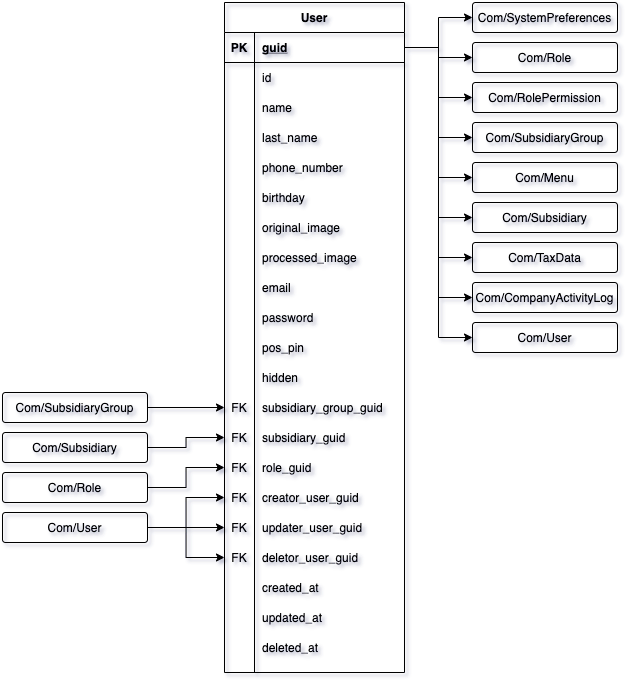
This is basedata/entities/images/ComUserTable.png from 4uRest/documentation, a draw.io export, as it was before one commit. Source tidied: cells renumbered, new cells last; positions are measured from the earlier drawing's top-left corner, leaving out a move shared by most shapes.
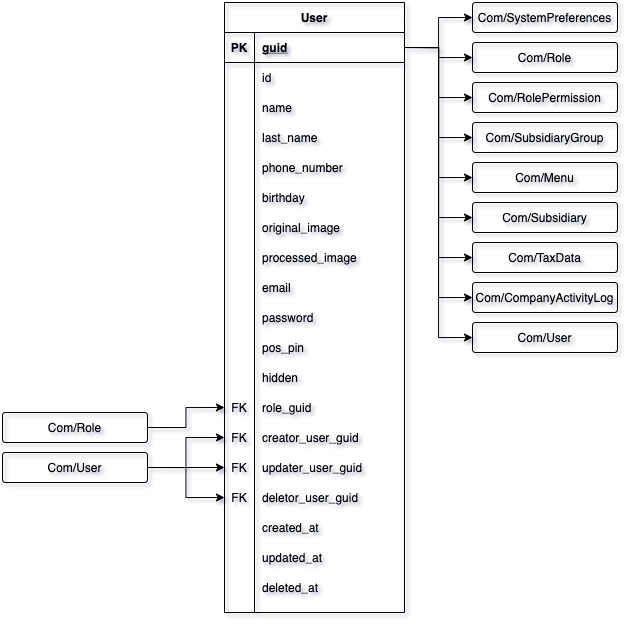
Later version of the same file.

What changed in the source:
```diff
@@ -3,7 +3,7 @@
     <mxCell id="0" />
     <mxCell id="1" parent="0" />
     <mxCell id="2" value="User" style="shape=table;startSize=30;rowLines=0;fontStyle=1;align=center;fillColor=none;" parent="1" vertex="1">
-      <mxGeometry x="222" width="180" height="670" as="geometry" />
+      <mxGeometry x="222" width="180" height="610" as="geometry" />
     </mxCell>
     <mxCell id="3" style="shape=partialRectangle;fillColor=none;top=0;left=0;bottom=1;right=0;points=[[0,0.5],[1,0.5]];portConstraint=eastwest;" parent="2" vertex="1">
       <mxGeometry y="30" width="180" height="30" as="geometry" />
@@ -119,7 +119,7 @@
     <mxCell id="40" value="FK" style="shape=partialRectangle;fillColor=none;top=0;left=0;bottom=0;right=0;overflow=hidden;" parent="39" vertex="1">
       <mxGeometry width="30" height="30" as="geometry" />
     </mxCell>
-    <mxCell id="41" value="subsidiary_group_guid" style="shape=partialRectangle;fillColor=none;top=0;left=0;bottom=0;right=0;align=left;spacingLeft=6;overflow=hidden;" parent="39" vertex="1">
+    <mxCell id="41" value="role_guid" style="shape=partialRectangle;fillColor=none;top=0;left=0;bottom=0;right=0;align=left;spacingLeft=6;overflow=hidden;" parent="39" vertex="1">
       <mxGeometry x="30" width="150" height="30" as="geometry" />
     </mxCell>
     <mxCell id="42" style="shape=partialRectangle;top=0;left=0;bottom=0;right=0;points=[[0,0.5],[1,0.5]];portConstraint=eastwest;fillColor=none;" parent="2" vertex="1">
@@ -128,7 +128,7 @@
     <mxCell id="43" value="FK" style="shape=partialRectangle;fillColor=none;top=0;left=0;bottom=0;right=0;overflow=hidden;" parent="42" vertex="1">
       <mxGeometry width="30" height="30" as="geometry" />
     </mxCell>
-    <mxCell id="44" value="subsidiary_guid" style="shape=partialRectangle;fillColor=none;top=0;left=0;bottom=0;right=0;align=left;spacingLeft=6;overflow=hidden;" parent="42" vertex="1">
+    <mxCell id="44" value="creator_user_guid" style="shape=partialRectangle;fillColor=none;top=0;left=0;bottom=0;right=0;align=left;spacingLeft=6;overflow=hidden;" parent="42" vertex="1">
       <mxGeometry x="30" width="150" height="30" as="geometry" />
     </mxCell>
     <mxCell id="45" style="shape=partialRectangle;top=0;left=0;bottom=0;right=0;points=[[0,0.5],[1,0.5]];portConstraint=eastwest;fillColor=none;" parent="2" vertex="1">
@@ -137,7 +137,7 @@
     <mxCell id="46" value="FK" style="shape=partialRectangle;fillColor=none;top=0;left=0;bottom=0;right=0;overflow=hidden;" parent="45" vertex="1">
       <mxGeometry width="30" height="30" as="geometry" />
     </mxCell>
-    <mxCell id="47" value="role_guid" style="shape=partialRectangle;fillColor=none;top=0;left=0;bottom=0;right=0;align=left;spacingLeft=6;overflow=hidden;" parent="45" vertex="1">
+    <mxCell id="47" value="updater_user_guid" style="shape=partialRectangle;fillColor=none;top=0;left=0;bottom=0;right=0;align=left;spacingLeft=6;overflow=hidden;" parent="45" vertex="1">
       <mxGeometry x="30" width="150" height="30" as="geometry" />
     </mxCell>
     <mxCell id="48" style="shape=partialRectangle;top=0;left=0;bottom=0;right=0;points=[[0,0.5],[1,0.5]];portConstraint=eastwest;fillColor=none;" parent="2" vertex="1">
@@ -146,25 +146,25 @@
     <mxCell id="49" value="FK" style="shape=partialRectangle;fillColor=none;top=0;left=0;bottom=0;right=0;overflow=hidden;" parent="48" vertex="1">
       <mxGeometry width="30" height="30" as="geometry" />
     </mxCell>
-    <mxCell id="50" value="creator_user_guid" style="shape=partialRectangle;fillColor=none;top=0;left=0;bottom=0;right=0;align=left;spacingLeft=6;overflow=hidden;" parent="48" vertex="1">
+    <mxCell id="50" value="deletor_user_guid" style="shape=partialRectangle;fillColor=none;top=0;left=0;bottom=0;right=0;align=left;spacingLeft=6;overflow=hidden;" parent="48" vertex="1">
       <mxGeometry x="30" width="150" height="30" as="geometry" />
     </mxCell>
-    <mxCell id="51" style="shape=partialRectangle;top=0;left=0;bottom=0;right=0;points=[[0,0.5],[1,0.5]];portConstraint=eastwest;fillColor=none;" parent="2" vertex="1">
+    <mxCell id="51" style="shape=partialRectangle;fillColor=none;top=0;left=0;bottom=0;right=0;points=[[0,0.5],[1,0.5]];portConstraint=eastwest;" parent="2" vertex="1">
       <mxGeometry y="510" width="180" height="30" as="geometry" />
     </mxCell>
-    <mxCell id="52" value="FK" style="shape=partialRectangle;fillColor=none;top=0;left=0;bottom=0;right=0;overflow=hidden;" parent="51" vertex="1">
+    <mxCell id="52" style="shape=partialRectangle;fillColor=none;top=0;left=0;bottom=0;right=0;overflow=hidden;" parent="51" vertex="1">
       <mxGeometry width="30" height="30" as="geometry" />
     </mxCell>
-    <mxCell id="53" value="updater_user_guid" style="shape=partialRectangle;fillColor=none;top=0;left=0;bottom=0;right=0;align=left;spacingLeft=6;overflow=hidden;" parent="51" vertex="1">
+    <mxCell id="53" value="created_at" style="shape=partialRectangle;fillColor=none;top=0;left=0;bottom=0;right=0;align=left;spacingLeft=6;overflow=hidden;" parent="51" vertex="1">
       <mxGeometry x="30" width="150" height="30" as="geometry" />
     </mxCell>
-    <mxCell id="54" style="shape=partialRectangle;top=0;left=0;bottom=0;right=0;points=[[0,0.5],[1,0.5]];portConstraint=eastwest;fillColor=none;" parent="2" vertex="1">
+    <mxCell id="54" style="shape=partialRectangle;fillColor=none;top=0;left=0;bottom=0;right=0;points=[[0,0.5],[1,0.5]];portConstraint=eastwest;" parent="2" vertex="1">
       <mxGeometry y="540" width="180" height="30" as="geometry" />
     </mxCell>
-    <mxCell id="55" value="FK" style="shape=partialRectangle;fillColor=none;top=0;left=0;bottom=0;right=0;overflow=hidden;" parent="54" vertex="1">
+    <mxCell id="55" style="shape=partialRectangle;fillColor=none;top=0;left=0;bottom=0;right=0;overflow=hidden;" parent="54" vertex="1">
       <mxGeometry width="30" height="30" as="geometry" />
     </mxCell>
-    <mxCell id="56" value="deletor_user_guid" style="shape=partialRectangle;fillColor=none;top=0;left=0;bottom=0;right=0;align=left;spacingLeft=6;overflow=hidden;" parent="54" vertex="1">
+    <mxCell id="56" value="updated_at" style="shape=partialRectangle;fillColor=none;top=0;left=0;bottom=0;right=0;align=left;spacingLeft=6;overflow=hidden;" parent="54" vertex="1">
       <mxGeometry x="30" width="150" height="30" as="geometry" />
     </mxCell>
     <mxCell id="57" style="shape=partialRectangle;fillColor=none;top=0;left=0;bottom=0;right=0;" parent="2" vertex="1">
@@ -173,110 +173,80 @@
     <mxCell id="58" style="shape=partialRectangle;fillColor=none;top=0;left=0;bottom=0;right=0;overflow=hidden;" parent="57" vertex="1">
       <mxGeometry width="30" height="30" as="geometry" />
     </mxCell>
-    <mxCell id="59" value="created_at" style="shape=partialRectangle;fillColor=none;top=0;left=0;bottom=0;right=0;align=left;spacingLeft=6;overflow=hidden;" parent="57" vertex="1">
+    <mxCell id="59" value="deleted_at" style="shape=partialRectangle;fillColor=none;top=0;left=0;bottom=0;right=0;align=left;spacingLeft=6;overflow=hidden;" parent="57" vertex="1">
       <mxGeometry x="30" width="150" height="30" as="geometry" />
     </mxCell>
-    <mxCell id="60" style="shape=partialRectangle;fillColor=none;top=0;left=0;bottom=0;right=0;" parent="2" vertex="1">
-      <mxGeometry y="600" width="180" height="30" as="geometry" />
+    <mxCell id="60" style="edgeStyle=orthogonalEdgeStyle;rounded=0;jettySize=auto;html=1;exitX=1;exitY=0.5;exitDx=0;exitDy=0;entryX=0;entryY=0.5;entryDx=0;entryDy=0;fillColor=none;" parent="1" edge="1" source="63" target="42">
+      <mxGeometry relative="1" as="geometry" />
     </mxCell>
-    <mxCell id="61" style="shape=partialRectangle;fillColor=none;top=0;left=0;bottom=0;right=0;overflow=hidden;" parent="60" vertex="1">
-      <mxGeometry width="30" height="30" as="geometry" />
+    <mxCell id="61" style="edgeStyle=orthogonalEdgeStyle;rounded=0;jettySize=auto;html=1;exitX=1;exitY=0.5;exitDx=0;exitDy=0;entryX=0;entryY=0.5;entryDx=0;entryDy=0;fillColor=none;" parent="1" edge="1" source="63" target="45">
+      <mxGeometry relative="1" as="geometry" />
     </mxCell>
-    <mxCell id="62" value="updated_at" style="shape=partialRectangle;fillColor=none;top=0;left=0;bottom=0;right=0;align=left;spacingLeft=6;overflow=hidden;" parent="60" vertex="1">
-      <mxGeometry x="30" width="150" height="30" as="geometry" />
+    <mxCell id="62" style="edgeStyle=orthogonalEdgeStyle;rounded=0;jettySize=auto;html=1;exitX=1;exitY=0.5;exitDx=0;exitDy=0;entryX=0;entryY=0.5;entryDx=0;entryDy=0;fillColor=none;" parent="1" edge="1" source="63" target="48">
+      <mxGeometry relative="1" as="geometry" />
     </mxCell>
-    <mxCell id="63" style="shape=partialRectangle;fillColor=none;top=0;left=0;bottom=0;right=0;points=[[0,0.5],[1,0.5]];portConstraint=eastwest;" parent="2" vertex="1">
-      <mxGeometry y="630" width="180" height="30" as="geometry" />
+    <mxCell id="63" value="Com/User" style="rounded=1;arcSize=10;whiteSpace=wrap;html=1;align=center;fillColor=none;" parent="1" vertex="1">
+      <mxGeometry y="450" width="145" height="30" as="geometry" />
     </mxCell>
-    <mxCell id="64" style="shape=partialRectangle;fillColor=none;top=0;left=0;bottom=0;right=0;overflow=hidden;" parent="63" vertex="1">
-      <mxGeometry width="30" height="30" as="geometry" />
+    <mxCell id="64" style="edgeStyle=orthogonalEdgeStyle;rounded=0;jettySize=auto;html=1;exitX=1;exitY=0.5;exitDx=0;exitDy=0;entryX=0;entryY=0.5;entryDx=0;entryDy=0;fillColor=none;" parent="1" edge="1" source="65" target="39">
+      <mxGeometry relative="1" as="geometry" />
     </mxCell>
-    <mxCell id="65" value="deleted_at" style="shape=partialRectangle;fillColor=none;top=0;left=0;bottom=0;right=0;align=left;spacingLeft=6;overflow=hidden;" parent="63" vertex="1">
-      <mxGeometry x="30" width="150" height="30" as="geometry" />
+    <mxCell id="65" value="Com/Role" style="rounded=1;arcSize=10;whiteSpace=wrap;html=1;align=center;fillColor=none;" parent="1" vertex="1">
+      <mxGeometry y="410" width="145" height="30" as="geometry" />
     </mxCell>
-    <mxCell id="66" style="edgeStyle=orthogonalEdgeStyle;rounded=0;jettySize=auto;html=1;exitX=1;exitY=0.5;exitDx=0;exitDy=0;entryX=0;entryY=0.5;entryDx=0;entryDy=0;fillColor=none;" parent="1" edge="1" source="69" target="48">
-      <mxGeometry relative="1" as="geometry" />
+    <mxCell id="66" value="Com/SubsidiaryGroup" style="rounded=1;arcSize=10;whiteSpace=wrap;html=1;align=center;fillColor=none;" parent="1" vertex="1">
+      <mxGeometry x="470" y="120" width="145" height="30" as="geometry" />
     </mxCell>
-    <mxCell id="67" style="edgeStyle=orthogonalEdgeStyle;rounded=0;jettySize=auto;html=1;exitX=1;exitY=0.5;exitDx=0;exitDy=0;entryX=0;entryY=0.5;entryDx=0;entryDy=0;fillColor=none;" parent="1" edge="1" source="69" target="51">
-      <mxGeometry relative="1" as="geometry" />
+    <mxCell id="67" value="Com/RolePermission" style="rounded=1;arcSize=10;whiteSpace=wrap;html=1;align=center;fillColor=none;" parent="1" vertex="1">
+      <mxGeometry x="470" y="80" width="145" height="30" as="geometry" />
     </mxCell>
-    <mxCell id="68" style="edgeStyle=orthogonalEdgeStyle;rounded=0;jettySize=auto;html=1;exitX=1;exitY=0.5;exitDx=0;exitDy=0;entryX=0;entryY=0.5;entryDx=0;entryDy=0;fillColor=none;" parent="1" edge="1" source="69" target="54">
-      <mxGeometry relative="1" as="geometry" />
+    <mxCell id="68" value="Com/Role" style="rounded=1;arcSize=10;whiteSpace=wrap;html=1;align=center;fillColor=none;" parent="1" vertex="1">
+      <mxGeometry x="470" y="40" width="145" height="30" as="geometry" />
     </mxCell>
-    <mxCell id="69" value="Com/User" style="rounded=1;arcSize=10;whiteSpace=wrap;html=1;align=center;fillColor=none;" parent="1" vertex="1">
-      <mxGeometry y="510" width="145" height="30" as="geometry" />
+    <mxCell id="69" value="Com/SystemPreferences" style="rounded=1;arcSize=10;whiteSpace=wrap;html=1;align=center;fillColor=none;" parent="1" vertex="1">
+      <mxGeometry x="470" width="145" height="30" as="geometry" />
     </mxCell>
-    <mxCell id="70" style="edgeStyle=orthogonalEdgeStyle;rounded=0;jettySize=auto;html=1;exitX=1;exitY=0.5;exitDx=0;exitDy=0;entryX=0;entryY=0.5;entryDx=0;entryDy=0;fillColor=none;" parent="1" edge="1" source="71" target="45">
-      <mxGeometry relative="1" as="geometry" />
+    <mxCell id="70" value="Com/CompanyActivityLog" style="rounded=1;arcSize=10;whiteSpace=wrap;html=1;align=center;fillColor=none;" parent="1" vertex="1">
+      <mxGeometry x="470" y="280" width="145" height="30" as="geometry" />
     </mxCell>
-    <mxCell id="71" value="Com/Role" style="rounded=1;arcSize=10;whiteSpace=wrap;html=1;align=center;fillColor=none;" parent="1" vertex="1">
-      <mxGeometry y="470" width="145" height="30" as="geometry" />
+    <mxCell id="71" value="Com/TaxData" style="rounded=1;arcSize=10;whiteSpace=wrap;html=1;align=center;fillColor=none;" parent="1" vertex="1">
+      <mxGeometry x="470" y="240" width="145" height="30" as="geometry" />
     </mxCell>
-    <mxCell id="72" style="edgeStyle=orthogonalEdgeStyle;rounded=0;jettySize=auto;html=1;exitX=1;exitY=0.5;exitDx=0;exitDy=0;entryX=0;entryY=0.5;entryDx=0;entryDy=0;fillColor=none;" parent="1" edge="1" source="73" target="42">
-      <mxGeometry relative="1" as="geometry" />
+    <mxCell id="72" value="Com/Subsidiary" style="rounded=1;arcSize=10;whiteSpace=wrap;html=1;align=center;fillColor=none;" parent="1" vertex="1">
+      <mxGeometry x="470" y="200" width="145" height="30" as="geometry" />
     </mxCell>
-    <mxCell id="73" value="Com/Subsidiary" style="rounded=1;arcSize=10;whiteSpace=wrap;html=1;align=center;fillColor=none;" parent="1" vertex="1">
-      <mxGeometry y="430" width="145" height="30" as="geometry" />
+    <mxCell id="73" value="Com/Menu" style="rounded=1;arcSize=10;whiteSpace=wrap;html=1;align=center;fillColor=none;" parent="1" vertex="1">
+      <mxGeometry x="470" y="160" width="145" height="30" as="geometry" />
     </mxCell>
-    <mxCell id="74" style="edgeStyle=orthogonalEdgeStyle;rounded=0;jettySize=auto;html=1;exitX=1;exitY=0.5;exitDx=0;exitDy=0;entryX=0;entryY=0.5;entryDx=0;entryDy=0;fillColor=none;" parent="1" edge="1" source="75" target="39">
-      <mxGeometry relative="1" as="geometry" />
+    <mxCell id="74" value="Com/User" style="rounded=1;arcSize=10;whiteSpace=wrap;html=1;align=center;fillColor=none;" parent="1" vertex="1">
+      <mxGeometry x="470" y="320" width="145" height="30" as="geometry" />
     </mxCell>
-    <mxCell id="75" value="Com/SubsidiaryGroup" style="rounded=1;arcSize=10;whiteSpace=wrap;html=1;align=center;fillColor=none;" parent="1" vertex="1">
-      <mxGeometry y="390" width="145" height="30" as="geometry" />
+    <mxCell id="75" style="edgeStyle=orthogonalEdgeStyle;rounded=0;jettySize=auto;html=1;exitX=1;exitY=0.5;exitDx=0;exitDy=0;entryX=0;entryY=0.5;entryDx=0;entryDy=0;fillColor=none;" parent="1" edge="1" source="3" target="74">
+      <mxGeometry relative="1" as="geometry" />
     </mxCell>
-    <mxCell id="76" value="Com/SubsidiaryGroup" style="rounded=1;arcSize=10;whiteSpace=wrap;html=1;align=center;fillColor=none;" parent="1" vertex="1">
-      <mxGeometry x="470" y="120" width="145" height="30" as="geometry" />
+    <mxCell id="76" style="edgeStyle=orthogonalEdgeStyle;rounded=0;jettySize=auto;html=1;exitX=1;exitY=0.5;exitDx=0;exitDy=0;entryX=0;entryY=0.5;entryDx=0;entryDy=0;fillColor=none;" parent="1" edge="1" source="3" target="70">
+      <mxGeometry relative="1" as="geometry" />
     </mxCell>
-    <mxCell id="77" value="Com/RolePermission" style="rounded=1;arcSize=10;whiteSpace=wrap;html=1;align=center;fillColor=none;" parent="1" vertex="1">
-      <mxGeometry x="470" y="80" width="145" height="30" as="geometry" />
+    <mxCell id="77" style="edgeStyle=orthogonalEdgeStyle;rounded=0;jettySize=auto;html=1;exitX=1;exitY=0.5;exitDx=0;exitDy=0;entryX=0;entryY=0.5;entryDx=0;entryDy=0;fillColor=none;" parent="1" edge="1" source="3" target="71">
+      <mxGeometry relative="1" as="geometry" />
     </mxCell>
-    <mxCell id="78" value="Com/Role" style="rounded=1;arcSize=10;whiteSpace=wrap;html=1;align=center;fillColor=none;" parent="1" vertex="1">
-      <mxGeometry x="470" y="40" width="145" height="30" as="geometry" />
+    <mxCell id="78" style="edgeStyle=orthogonalEdgeStyle;rounded=0;jettySize=auto;html=1;exitX=1;exitY=0.5;exitDx=0;exitDy=0;entryX=0;entryY=0.5;entryDx=0;entryDy=0;fillColor=none;" parent="1" edge="1" source="3" target="72">
+      <mxGeometry relative="1" as="geometry" />
     </mxCell>
-    <mxCell id="79" value="Com/SystemPreferences" style="rounded=1;arcSize=10;whiteSpace=wrap;html=1;align=center;fillColor=none;" parent="1" vertex="1">
-      <mxGeometry x="470" width="145" height="30" as="geometry" />
+    <mxCell id="79" style="edgeStyle=orthogonalEdgeStyle;rounded=0;jettySize=auto;html=1;exitX=1;exitY=0.5;exitDx=0;exitDy=0;entryX=0;entryY=0.5;entryDx=0;entryDy=0;fillColor=none;" parent="1" edge="1" source="3" target="73">
+      <mxGeometry relative="1" as="geometry" />
     </mxCell>
-    <mxCell id="80" value="Com/CompanyActivityLog" style="rounded=1;arcSize=10;whiteSpace=wrap;html=1;align=center;fillColor=none;" parent="1" vertex="1">
-      <mxGeometry x="470" y="280" width="145" height="30" as="geometry" />
+    <mxCell id="80" style="edgeStyle=orthogonalEdgeStyle;rounded=0;jettySize=auto;html=1;exitX=1;exitY=0.5;exitDx=0;exitDy=0;entryX=0;entryY=0.5;entryDx=0;entryDy=0;fillColor=none;" parent="1" edge="1" source="3" target="66">
+      <mxGeometry relative="1" as="geometry" />
     </mxCell>
-    <mxCell id="81" value="Com/TaxData" style="rounded=1;arcSize=10;whiteSpace=wrap;html=1;align=center;fillColor=none;" parent="1" vertex="1">
-      <mxGeometry x="470" y="240" width="145" height="30" as="geometry" />
+    <mxCell id="81" style="edgeStyle=orthogonalEdgeStyle;rounded=0;jettySize=auto;html=1;exitX=1;exitY=0.5;exitDx=0;exitDy=0;entryX=0;entryY=0.5;entryDx=0;entryDy=0;fillColor=none;" parent="1" edge="1" source="3" target="67">
+      <mxGeometry relative="1" as="geometry" />
     </mxCell>
-    <mxCell id="82" value="Com/Subsidiary" style="rounded=1;arcSize=10;whiteSpace=wrap;html=1;align=center;fillColor=none;" parent="1" vertex="1">
-      <mxGeometry x="470" y="200" width="145" height="30" as="geometry" />
+    <mxCell id="82" style="edgeStyle=orthogonalEdgeStyle;rounded=0;jettySize=auto;html=1;exitX=1;exitY=0.5;exitDx=0;exitDy=0;entryX=0;entryY=0.5;entryDx=0;entryDy=0;fillColor=none;" parent="1" edge="1" source="3" target="68">
+      <mxGeometry relative="1" as="geometry" />
     </mxCell>
-    <mxCell id="83" value="Com/Menu" style="rounded=1;arcSize=10;whiteSpace=wrap;html=1;align=center;fillColor=none;" parent="1" vertex="1">
-      <mxGeometry x="470" y="160" width="145" height="30" as="geometry" />
+    <mxCell id="83" style="edgeStyle=orthogonalEdgeStyle;rounded=0;jettySize=auto;html=1;exitX=1;exitY=0.5;exitDx=0;exitDy=0;entryX=0;entryY=0.5;entryDx=0;entryDy=0;fillColor=none;" parent="1" edge="1" source="3" target="69">
+      <mxGeometry relative="1" as="geometry" />
     </mxCell>
-    <mxCell id="84" value="Com/User" style="rounded=1;arcSize=10;whiteSpace=wrap;html=1;align=center;fillColor=none;" parent="1" vertex="1">
-      <mxGeometry x="470" y="320" width="145" height="30" as="geometry" />
-    </mxCell>
-    <mxCell id="85" style="edgeStyle=orthogonalEdgeStyle;rounded=0;jettySize=auto;html=1;exitX=1;exitY=0.5;exitDx=0;exitDy=0;entryX=0;entryY=0.5;entryDx=0;entryDy=0;fillColor=none;" parent="1" edge="1" source="3" target="84">
-      <mxGeometry relative="1" as="geometry" />
-    </mxCell>
-    <mxCell id="86" style="edgeStyle=orthogonalEdgeStyle;rounded=0;jettySize=auto;html=1;exitX=1;exitY=0.5;exitDx=0;exitDy=0;entryX=0;entryY=0.5;entryDx=0;entryDy=0;fillColor=none;" parent="1" edge="1" source="3" target="80">
-      <mxGeometry relative="1" as="geometry" />
-    </mxCell>
-    <mxCell id="87" style="edgeStyle=orthogonalEdgeStyle;rounded=0;jettySize=auto;html=1;exitX=1;exitY=0.5;exitDx=0;exitDy=0;entryX=0;entryY=0.5;entryDx=0;entryDy=0;fillColor=none;" parent="1" edge="1" source="3" target="81">
-      <mxGeometry relative="1" as="geometry" />
-    </mxCell>
-    <mxCell id="88" style="edgeStyle=orthogonalEdgeStyle;rounded=0;jettySize=auto;html=1;exitX=1;exitY=0.5;exitDx=0;exitDy=0;entryX=0;entryY=0.5;entryDx=0;entryDy=0;fillColor=none;" parent="1" edge="1" source="3" target="82">
-      <mxGeometry relative="1" as="geometry" />
-    </mxCell>
-    <mxCell id="89" style="edgeStyle=orthogonalEdgeStyle;rounded=0;jettySize=auto;html=1;exitX=1;exitY=0.5;exitDx=0;exitDy=0;entryX=0;entryY=0.5;entryDx=0;entryDy=0;fillColor=none;" parent="1" edge="1" source="3" target="83">
-      <mxGeometry relative="1" as="geometry" />
-    </mxCell>
-    <mxCell id="90" style="edgeStyle=orthogonalEdgeStyle;rounded=0;jettySize=auto;html=1;exitX=1;exitY=0.5;exitDx=0;exitDy=0;entryX=0;entryY=0.5;entryDx=0;entryDy=0;fillColor=none;" parent="1" edge="1" source="3" target="76">
-      <mxGeometry relative="1" as="geometry" />
-    </mxCell>
-    <mxCell id="91" style="edgeStyle=orthogonalEdgeStyle;rounded=0;jettySize=auto;html=1;exitX=1;exitY=0.5;exitDx=0;exitDy=0;entryX=0;entryY=0.5;entryDx=0;entryDy=0;fillColor=none;" parent="1" edge="1" source="3" target="77">
-      <mxGeometry relative="1" as="geometry" />
-    </mxCell>
-    <mxCell id="92" style="edgeStyle=orthogonalEdgeStyle;rounded=0;jettySize=auto;html=1;exitX=1;exitY=0.5;exitDx=0;exitDy=0;entryX=0;entryY=0.5;entryDx=0;entryDy=0;fillColor=none;" parent="1" edge="1" source="3" target="78">
-      <mxGeometry relative="1" as="geometry" />
-    </mxCell>
-    <mxCell id="93" style="edgeStyle=orthogonalEdgeStyle;rounded=0;jettySize=auto;html=1;exitX=1;exitY=0.5;exitDx=0;exitDy=0;entryX=0;entryY=0.5;entryDx=0;entryDy=0;fillColor=none;" parent="1" edge="1" source="3" target="79">
-      <mxGeometry relative="1" as="geometry" />
-    </mxCell>
   </root>
 </mxGraphModel>
```
